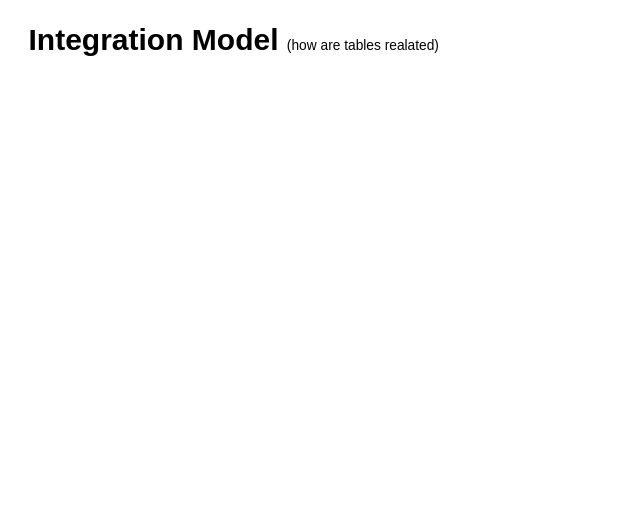
Before: docs/integration_model.drawio in Bhavya-02022000/DWH_project, a draw.io diagram. Source tidied: cells renumbered, new cells numbered last; positions are measured from the earlier drawing's top-left corner, leaving out a move shared by most shapes. Both pictures are drawn from the tidied source at 125%, with x=0, y=0 at pixel (21, 21).
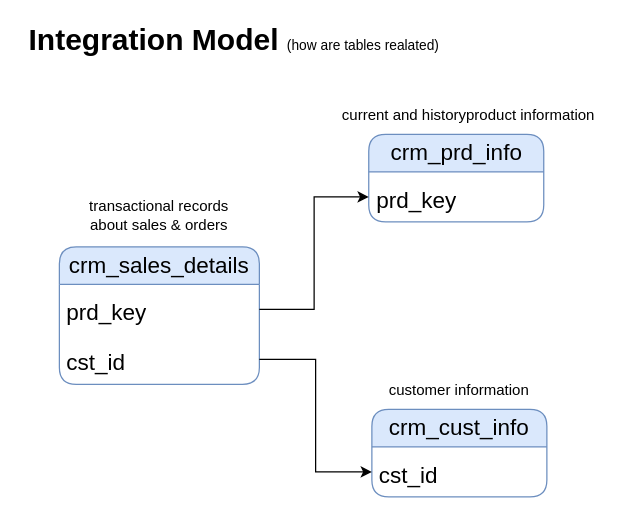
The same diagram, later.

Change to the diagram source:
```diff
@@
 <mxGraphModel>
   <root>
     <mxCell id="0" />
     <mxCell id="1" parent="0" />
     <mxCell id="2" value="&lt;font style=&quot;&quot;&gt;&lt;b style=&quot;font-size: 24px;&quot;&gt;Integration Model &lt;/b&gt;&lt;font style=&quot;font-size: 11px;&quot;&gt;(how are tables realated)&lt;/font&gt;&lt;/font&gt;" style="text;html=1;align=center;verticalAlign=middle;whiteSpace=wrap;rounded=0;" parent="1" vertex="1">
       <mxGeometry width="340" height="30" as="geometry" />
     </mxCell>
+    <mxCell id="3" value="&lt;font style=&quot;font-size: 18px;&quot;&gt;crm_cust_info&lt;/font&gt;" style="swimlane;fontStyle=0;horizontal=1;startSize=30;whiteSpace=wrap;html=1;rounded=1;fillColor=#dae8fc;strokeColor=#6c8ebf;" parent="1" vertex="1">
+      <mxGeometry x="280" y="310" width="140" height="70" as="geometry" />
+    </mxCell>
+    <mxCell id="4" value="&lt;font style=&quot;font-size: 18px;&quot;&gt;cst_id&lt;/font&gt;" style="text;strokeColor=none;fillColor=none;align=left;verticalAlign=middle;spacingLeft=4;spacingRight=4;overflow=hidden;points=[[0,0.5],[1,0.5]];portConstraint=eastwest;whiteSpace=wrap;html=1;fontSize=26;" parent="3" vertex="1">
+      <mxGeometry y="30" width="140" height="40" as="geometry" />
+    </mxCell>
+    <mxCell id="5" value="customer information" style="text;html=1;align=center;verticalAlign=middle;whiteSpace=wrap;rounded=0;" parent="1" vertex="1">
+      <mxGeometry x="285" y="280" width="130" height="30" as="geometry" />
+    </mxCell>
+    <mxCell id="6" value="&lt;font style=&quot;font-size: 18px;&quot;&gt;crm_prd_info&lt;/font&gt;" style="swimlane;fontStyle=0;horizontal=1;startSize=30;whiteSpace=wrap;html=1;rounded=1;fillColor=#dae8fc;strokeColor=#6c8ebf;" parent="1" vertex="1">
+      <mxGeometry x="277.5" y="90" width="140" height="70" as="geometry" />
+    </mxCell>
+    <mxCell id="7" value="&lt;font style=&quot;font-size: 18px;&quot;&gt;prd_key&lt;/font&gt;" style="text;strokeColor=none;fillColor=none;align=left;verticalAlign=middle;spacingLeft=4;spacingRight=4;overflow=hidden;points=[[0,0.5],[1,0.5]];portConstraint=eastwest;whiteSpace=wrap;html=1;fontSize=26;" parent="6" vertex="1">
+      <mxGeometry y="30" width="140" height="40" as="geometry" />
+    </mxCell>
+    <mxCell id="8" value="current and historyproduct information" style="text;html=1;align=center;verticalAlign=middle;whiteSpace=wrap;rounded=0;" parent="1" vertex="1">
+      <mxGeometry x="250" y="60" width="215" height="30" as="geometry" />
+    </mxCell>
+    <mxCell id="9" value="&lt;font style=&quot;font-size: 18px;&quot;&gt;crm_sales_details&lt;/font&gt;" style="swimlane;fontStyle=0;horizontal=1;startSize=30;whiteSpace=wrap;html=1;rounded=1;fillColor=#dae8fc;strokeColor=#6c8ebf;" parent="1" vertex="1">
+      <mxGeometry x="30" y="180" width="160" height="110" as="geometry" />
+    </mxCell>
+    <mxCell id="10" value="&lt;font style=&quot;font-size: 18px;&quot;&gt;prd_key&lt;/font&gt;" style="text;strokeColor=none;fillColor=none;align=left;verticalAlign=middle;spacingLeft=4;spacingRight=4;overflow=hidden;points=[[0,0.5],[1,0.5]];portConstraint=eastwest;whiteSpace=wrap;html=1;fontSize=26;" parent="9" vertex="1">
+      <mxGeometry y="30" width="160" height="40" as="geometry" />
+    </mxCell>
+    <mxCell id="11" value="&lt;font style=&quot;font-size: 18px;&quot;&gt;cst_id&lt;/font&gt;" style="text;strokeColor=none;fillColor=none;align=left;verticalAlign=middle;spacingLeft=4;spacingRight=4;overflow=hidden;points=[[0,0.5],[1,0.5]];portConstraint=eastwest;whiteSpace=wrap;html=1;fontSize=26;" parent="9" vertex="1">
+      <mxGeometry y="70" width="160" height="40" as="geometry" />
+    </mxCell>
+    <mxCell id="12" value="transactional records about sales &amp;amp; orders" style="text;html=1;align=center;verticalAlign=middle;whiteSpace=wrap;rounded=0;" parent="1" vertex="1">
+      <mxGeometry x="45" y="140" width="130" height="30" as="geometry" />
+    </mxCell>
+    <mxCell id="13" style="edgeStyle=orthogonalEdgeStyle;rounded=0;jettySize=auto;html=1;entryX=0;entryY=0.5;entryDx=0;entryDy=0;" parent="1" edge="1" source="11" target="4">
+      <mxGeometry relative="1" as="geometry" />
+    </mxCell>
+    <mxCell id="14" style="edgeStyle=orthogonalEdgeStyle;rounded=0;jettySize=auto;html=1;entryX=0;entryY=0.5;entryDx=0;entryDy=0;" parent="1" edge="1" source="10" target="7">
+      <mxGeometry relative="1" as="geometry" />
+    </mxCell>
   </root>
 </mxGraphModel>
```
